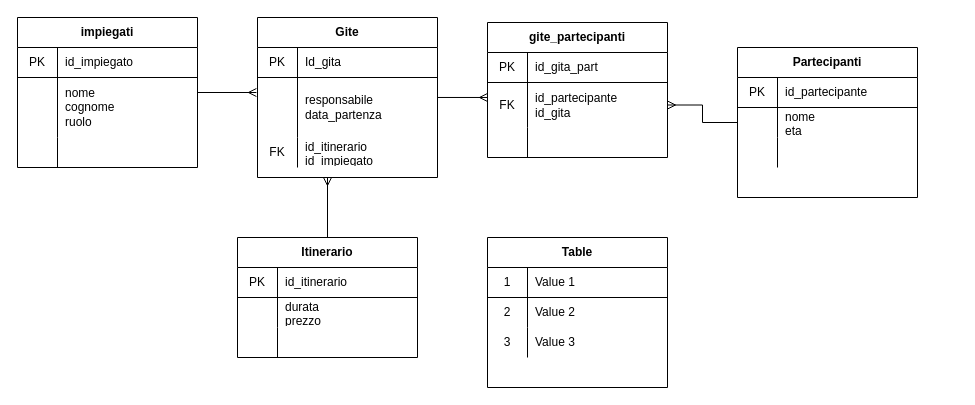
Before: Untitled Diagram.drawio in giuliacangani02/AgenziaViaggio, a draw.io diagram. Source tidied: cells renumbered, new cells numbered last; positions are measured from the earlier drawing's top-left corner, leaving out a move shared by most shapes. Both pictures are drawn from the tidied source at 100%, with x=0, y=0 at pixel (17, 17).
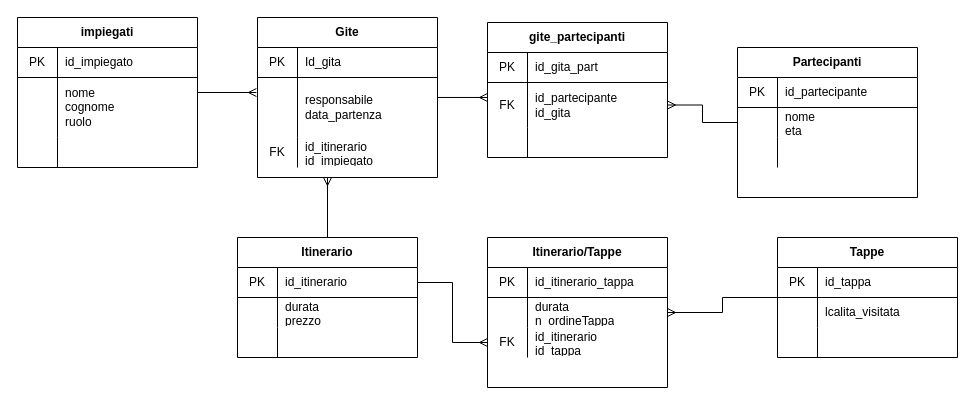
The same diagram, later.

The change refers to these unchanged cells:
```xml
<mxCell id="47" style="shape=partialRectangle;html=1;whiteSpace=wrap;fillColor=none;top=0;left=0;bottom=1;right=0;points=[[0,0.5],[1,0.5]];portConstraint=eastwest;" parent="46" vertex="1">
  <mxGeometry y="30" width="180" height="30" as="geometry" />
</mxCell>
<mxCell id="57" style="shape=partialRectangle;html=1;whiteSpace=wrap;fillColor=none;top=0;left=0;bottom=1;right=0;" parent="56" vertex="1">
  <mxGeometry y="30" width="180" height="30" as="geometry" />
</mxCell>
<mxCell id="60" style="shape=partialRectangle;html=1;whiteSpace=wrap;fillColor=none;top=0;left=0;bottom=0;right=0;points=[[0,0.5],[1,0.5]];portConstraint=eastwest;" parent="56" vertex="1">
  <mxGeometry y="60" width="180" height="30" as="geometry" />
</mxCell>
<mxCell id="63" style="shape=partialRectangle;html=1;whiteSpace=wrap;fillColor=none;top=0;left=0;bottom=0;right=0;points=[[0,0.5],[1,0.5]];portConstraint=eastwest;" parent="56" vertex="1">
  <mxGeometry y="90" width="180" height="30" as="geometry" />
</mxCell>
```

The edit, as a diff of the source:
```diff
@@
-    <mxCell id="56" value="Table" style="shape=table;html=1;whiteSpace=wrap;startSize=30;childLayout=tableLayout;rowLines=0;fontStyle=1;align=center;" parent="1" vertex="1">
+    <mxCell id="56" value="Itinerario/Tappe" style="shape=table;html=1;whiteSpace=wrap;startSize=30;childLayout=tableLayout;rowLines=0;fontStyle=1;align=center;" parent="1" vertex="1">
       <mxGeometry x="470" y="220" width="180" height="150" as="geometry" />
     </mxCell>
@@
-    <mxCell id="58" value="1" style="shape=partialRectangle;html=1;whiteSpace=wrap;fillColor=none;top=0;left=0;bottom=0;right=0;overflow=hidden;" parent="57" vertex="1">
+    <mxCell id="58" value="PK" style="shape=partialRectangle;html=1;whiteSpace=wrap;fillColor=none;top=0;left=0;bottom=0;right=0;overflow=hidden;" parent="57" vertex="1">
       <mxGeometry width="40" height="30" as="geometry" />
     </mxCell>
-    <mxCell id="59" value="Value 1" style="shape=partialRectangle;html=1;whiteSpace=wrap;fillColor=none;top=0;left=0;bottom=0;right=0;align=left;spacingLeft=6;overflow=hidden;" parent="57" vertex="1">
+    <mxCell id="59" value="id_itinerario_tappa" style="shape=partialRectangle;html=1;whiteSpace=wrap;fillColor=none;top=0;left=0;bottom=0;right=0;align=left;spacingLeft=6;overflow=hidden;" parent="57" vertex="1">
       <mxGeometry x="40" width="140" height="30" as="geometry" />
     </mxCell>
@@
-    <mxCell id="61" value="2" style="shape=partialRectangle;html=1;whiteSpace=wrap;fillColor=none;top=0;left=0;bottom=0;right=0;overflow=hidden;" parent="60" vertex="1">
+    <mxCell id="61" style="shape=partialRectangle;html=1;whiteSpace=wrap;fillColor=none;top=0;left=0;bottom=0;right=0;overflow=hidden;" parent="60" vertex="1">
       <mxGeometry width="40" height="30" as="geometry" />
     </mxCell>
-    <mxCell id="62" value="Value 2" style="shape=partialRectangle;html=1;whiteSpace=wrap;fillColor=none;top=0;left=0;bottom=0;right=0;align=left;spacingLeft=6;overflow=hidden;" parent="60" vertex="1">
+    <mxCell id="62" value="durata&lt;br&gt;n_ordineTappa" style="shape=partialRectangle;html=1;whiteSpace=wrap;fillColor=none;top=0;left=0;bottom=0;right=0;align=left;spacingLeft=6;overflow=hidden;" parent="60" vertex="1">
       <mxGeometry x="40" width="140" height="30" as="geometry" />
     </mxCell>
@@
-    <mxCell id="64" value="3" style="shape=partialRectangle;html=1;whiteSpace=wrap;fillColor=none;top=0;left=0;bottom=0;right=0;overflow=hidden;" parent="63" vertex="1">
+    <mxCell id="64" value="FK" style="shape=partialRectangle;html=1;whiteSpace=wrap;fillColor=none;top=0;left=0;bottom=0;right=0;overflow=hidden;" parent="63" vertex="1">
       <mxGeometry width="40" height="30" as="geometry" />
     </mxCell>
-    <mxCell id="65" value="Value 3" style="shape=partialRectangle;html=1;whiteSpace=wrap;fillColor=none;top=0;left=0;bottom=0;right=0;align=left;spacingLeft=6;overflow=hidden;" parent="63" vertex="1">
+    <mxCell id="65" value="id_itinerario &lt;br&gt;id_tappa" style="shape=partialRectangle;html=1;whiteSpace=wrap;fillColor=none;top=0;left=0;bottom=0;right=0;align=left;spacingLeft=6;overflow=hidden;" parent="63" vertex="1">
       <mxGeometry x="40" width="140" height="30" as="geometry" />
     </mxCell>
+    <mxCell id="66" style="edgeStyle=orthogonalEdgeStyle;rounded=0;jettySize=auto;html=1;entryX=1;entryY=0.5;entryDx=0;entryDy=0;endArrow=ERmany;endFill=0;" parent="1" edge="1" source="67" target="60">
+      <mxGeometry relative="1" as="geometry" />
+    </mxCell>
+    <mxCell id="67" value="Tappe" style="shape=table;html=1;whiteSpace=wrap;startSize=30;childLayout=tableLayout;rowLines=0;fontStyle=1;align=center;" parent="1" vertex="1">
+      <mxGeometry x="760" y="220" width="180" height="120" as="geometry" />
+    </mxCell>
+    <mxCell id="68" style="shape=partialRectangle;html=1;whiteSpace=wrap;fillColor=none;top=0;left=0;bottom=1;right=0;" parent="67" vertex="1">
+      <mxGeometry y="30" width="180" height="30" as="geometry" />
+    </mxCell>
+    <mxCell id="69" value="PK" style="shape=partialRectangle;html=1;whiteSpace=wrap;fillColor=none;top=0;left=0;bottom=0;right=0;overflow=hidden;" parent="68" vertex="1">
+      <mxGeometry width="40" height="30" as="geometry" />
+    </mxCell>
+    <mxCell id="70" value="id_tappa" style="shape=partialRectangle;html=1;whiteSpace=wrap;fillColor=none;top=0;left=0;bottom=0;right=0;align=left;spacingLeft=6;overflow=hidden;" parent="68" vertex="1">
+      <mxGeometry x="40" width="140" height="30" as="geometry" />
+    </mxCell>
+    <mxCell id="71" style="shape=partialRectangle;html=1;whiteSpace=wrap;fillColor=none;top=0;left=0;bottom=0;right=0;" parent="67" vertex="1">
+      <mxGeometry y="60" width="180" height="30" as="geometry" />
+    </mxCell>
+    <mxCell id="72" style="shape=partialRectangle;html=1;whiteSpace=wrap;fillColor=none;top=0;left=0;bottom=0;right=0;overflow=hidden;" parent="71" vertex="1">
+      <mxGeometry width="40" height="30" as="geometry" />
+    </mxCell>
+    <mxCell id="73" value="lcalita_visitata" style="shape=partialRectangle;html=1;whiteSpace=wrap;fillColor=none;top=0;left=0;bottom=0;right=0;align=left;spacingLeft=6;overflow=hidden;" parent="71" vertex="1">
+      <mxGeometry x="40" width="140" height="30" as="geometry" />
+    </mxCell>
+    <mxCell id="74" style="shape=partialRectangle;html=1;whiteSpace=wrap;fillColor=none;top=0;left=0;bottom=0;right=0;" parent="67" vertex="1">
+      <mxGeometry y="90" width="180" height="30" as="geometry" />
+    </mxCell>
+    <mxCell id="75" style="shape=partialRectangle;html=1;whiteSpace=wrap;fillColor=none;top=0;left=0;bottom=0;right=0;overflow=hidden;" parent="74" vertex="1">
+      <mxGeometry width="40" height="30" as="geometry" />
+    </mxCell>
+    <mxCell id="76" style="shape=partialRectangle;html=1;whiteSpace=wrap;fillColor=none;top=0;left=0;bottom=0;right=0;align=left;spacingLeft=6;overflow=hidden;" parent="74" vertex="1">
+      <mxGeometry x="40" width="140" height="30" as="geometry" />
+    </mxCell>
+    <mxCell id="77" style="edgeStyle=orthogonalEdgeStyle;rounded=0;jettySize=auto;html=1;entryX=0;entryY=0.5;entryDx=0;entryDy=0;endArrow=ERmany;endFill=0;" parent="1" edge="1" source="47" target="63">
+      <mxGeometry relative="1" as="geometry" />
+    </mxCell>
```
